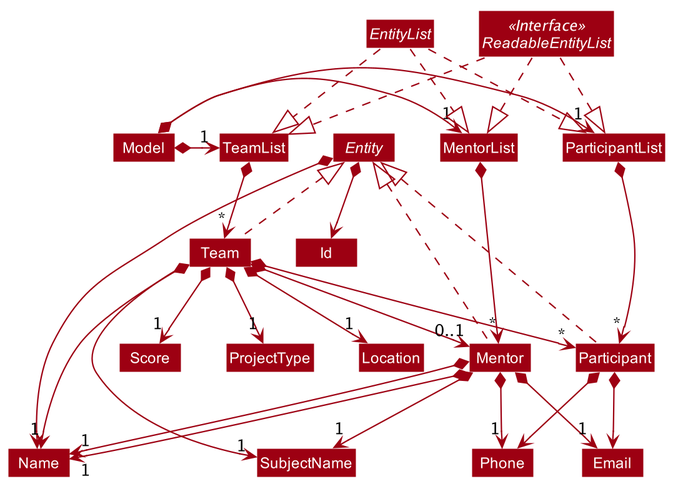
The PlantUML diagram images/BetterModelClassDiagram.png in AY1920S1-CS2103T-F11-1/main, before a commit.
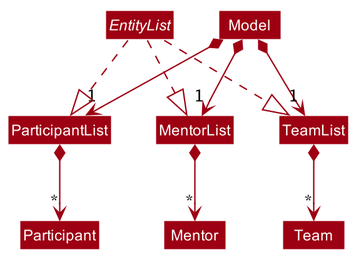
Later version of the same file.

Diff of the diagram source:
```diff
@@ -1,4 +1,8 @@
 @startuml
+
+
+
+
 
 
 
@@ -51,46 +55,18 @@
 skinparam arrowColor #9D0012
 skinparam classBackgroundColor #9D0012
 
-abstract Entity
 abstract EntityList
-interface ReadableEntityList <<Interface>>
 
-Model *-right-> "1" ParticipantList
-Model *-right-> "1" MentorList
-Model *-right-> "1" TeamList
+Model *-down-> "1" ParticipantList
+Model *-down-> "1" MentorList
+Model *-down-> "1" TeamList
 
-EntityList .down.|> ParticipantList
+EntityList .right.|> ParticipantList
 EntityList .down.|> TeamList
 EntityList .down.|> MentorList
-
-ReadableEntityList .down.|> ParticipantList
-ReadableEntityList .down.|> TeamList
-ReadableEntityList .down.|> MentorList
 
 ParticipantList *-down-> "*" Participant
 MentorList *-down-> "*" Mentor
 TeamList *-down-> "*" Team
 
-Entity *--> Name
-Entity *--> Id
-Participant .up.|> Entity
-Team .up.|> Entity
-Mentor .up.|> Entity
-
-Participant *-down-> Phone
-Participant *-down-> Email
-
-Team *-down-> "*" Participant
-Team *-down-> "0..1" Mentor
-Team *-down-> "1" SubjectName
-Team *-down-> "1" Score
-Team *-down-> "1" Name
-Team *-down-> "1" ProjectType
-Team *-down-> "1" Location
-
-Mentor *-down-> "1" Phone
-Mentor *-down-> "1" Email
-Mentor *-down-> "1" Name
-Mentor *-down-> "1" Name
-Mentor *-down-> "1" SubjectName
 @enduml
```
